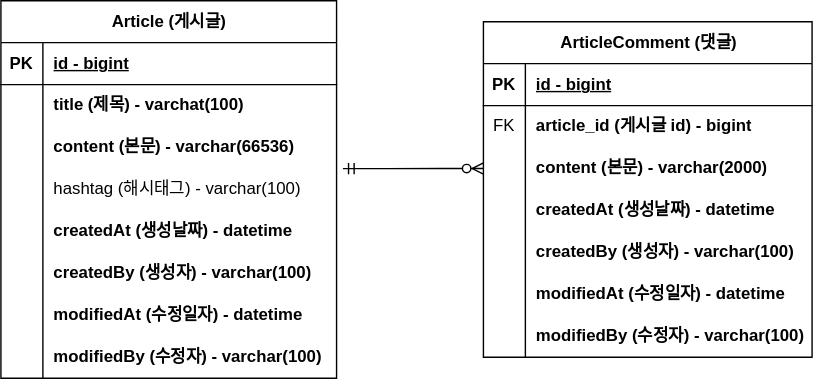
Above: document/board-erd.svg in p-yo00/fc-spring2-board (draw.io), before the change. Source tidied: cells renumbered, new cells last; positions are measured from the earlier drawing's top-left corner, leaving out a move shared by most shapes.
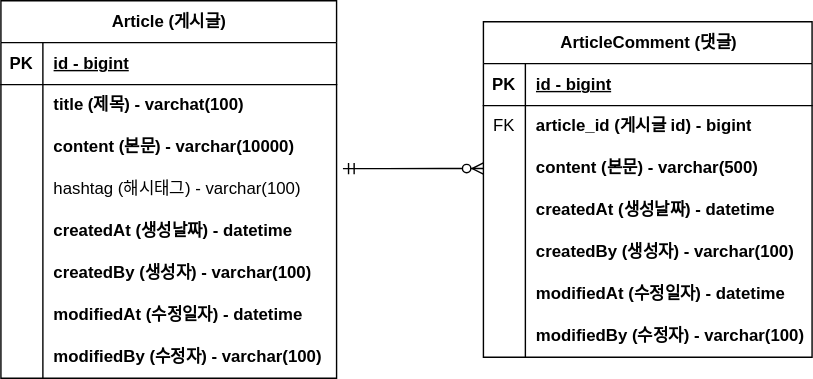
Later version of the same file.

Commit message:
#9 - board-erd.svg 업데이트 : 인덱스 적정 사이즈 변경

Change to the diagram source:
```diff
@@ -29,7 +29,7 @@
     <mxCell id="10" style="shape=partialRectangle;fillColor=none;top=0;left=0;bottom=0;right=0;overflow=hidden;whiteSpace=wrap;html=1;" parent="9" vertex="1">
       <mxGeometry width="30" height="30" as="geometry" />
     </mxCell>
-    <mxCell id="11" value="content (본문) - varchar(66536)" style="shape=partialRectangle;fillColor=none;top=0;left=0;bottom=0;right=0;align=left;spacingLeft=6;overflow=hidden;whiteSpace=wrap;html=1;fontStyle=1;" parent="9" vertex="1">
+    <mxCell id="11" value="content (본문) - varchar(10000)" style="shape=partialRectangle;fillColor=none;top=0;left=0;bottom=0;right=0;align=left;spacingLeft=6;overflow=hidden;whiteSpace=wrap;html=1;fontStyle=1;" parent="9" vertex="1">
       <mxGeometry x="30" width="210" height="30" as="geometry" />
     </mxCell>
     <mxCell id="12" style="shape=tableRow;horizontal=0;startSize=0;swimlaneHead=0;swimlaneBody=0;fillColor=none;top=0;left=0;right=0;bottom=0;" parent="2" vertex="1">
@@ -104,7 +104,7 @@
     <mxCell id="35" style="shape=partialRectangle;fillColor=none;top=0;left=0;bottom=0;right=0;overflow=hidden;whiteSpace=wrap;html=1;" parent="34" vertex="1">
       <mxGeometry width="30" height="30" as="geometry" />
     </mxCell>
-    <mxCell id="36" value="content (본문) - varchar(2000)" style="shape=partialRectangle;fillColor=none;top=0;left=0;bottom=0;right=0;align=left;spacingLeft=6;overflow=hidden;whiteSpace=wrap;html=1;fontStyle=1;" parent="34" vertex="1">
+    <mxCell id="36" value="content (본문) - varchar(500)" style="shape=partialRectangle;fillColor=none;top=0;left=0;bottom=0;right=0;align=left;spacingLeft=6;overflow=hidden;whiteSpace=wrap;html=1;fontStyle=1;" parent="34" vertex="1">
       <mxGeometry x="30" width="205" height="30" as="geometry" />
     </mxCell>
     <mxCell id="37" style="shape=tableRow;horizontal=0;startSize=0;swimlaneHead=0;swimlaneBody=0;fillColor=none;top=0;left=0;right=0;bottom=0;" parent="27" vertex="1">
```
